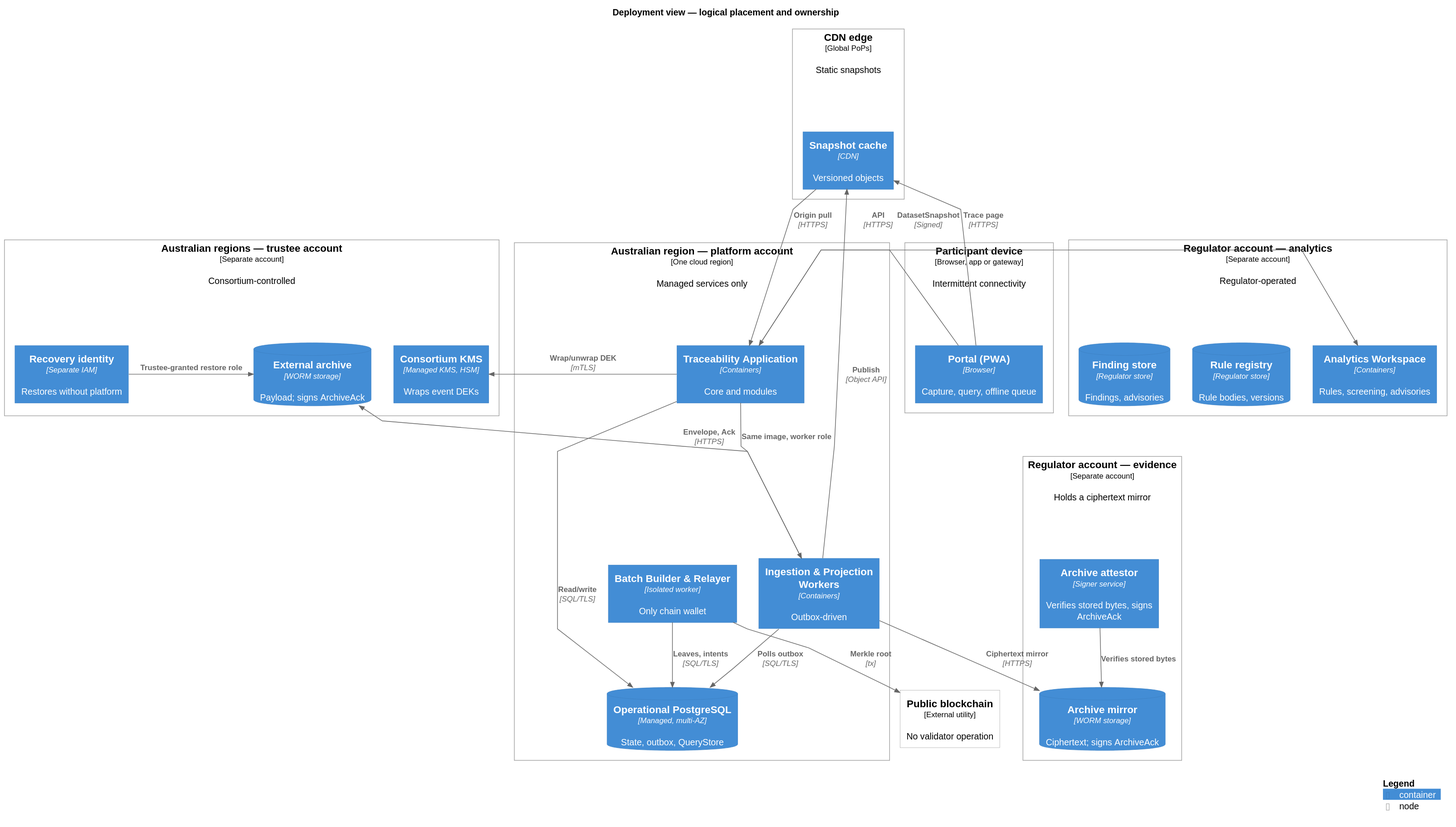
This is docs/public/diagrams/c4-deployment.svg from kuangshen04/48433assignment, a PlantUML export, as it was before one commit. Its diagram source:
```plantuml
@startuml
!include ../vendor/C4_Deployment.puml
!include ../vendor/style.puml

title Deployment view — logical placement and ownership

Deployment_Node(device, "Participant device", "Browser, app or gateway", "Intermittent connectivity") {
  Container(pwa, "Portal (PWA)", "Browser", "Capture, query, offline queue")
}

Deployment_Node(edge, "CDN edge", "Global PoPs", "Static snapshots") {
  Container(cdn, "Snapshot cache", "CDN", "Versioned objects")
}

Deployment_Node(region, "Australian region — platform account", "One cloud region", "Managed services only") {
  Container(app, "Traceability Application", "Containers", "Core and modules")
  Container(workers, "Ingestion & Projection Workers", "Containers", "Outbox-driven")
  Container(relayer, "Batch Builder & Relayer", "Isolated worker", "Only chain wallet")
  ContainerDb(db, "Operational PostgreSQL", "Managed, multi-AZ", "State, outbox, QueryStore")
}

Deployment_Node(trustee, "Australian regions — trustee account", "Separate account", "Consortium-controlled") {
  ContainerDb(archive, "External archive", "WORM storage", "Payload; signs ArchiveAck")
  Container(kms, "Consortium KMS", "Managed KMS, HSM", "Wraps event DEKs")
  Container(recovery, "Recovery identity", "Separate IAM", "Restores without platform")
}

Deployment_Node(regacct, "Regulator account — analytics", "Separate account", "Regulator-operated") {
  Container(workspace, "Analytics Workspace", "Containers", "Rules, screening, advisories")
  ContainerDb(rules, "Rule registry", "Regulator store", "Rule bodies, versions")
  ContainerDb(findings, "Finding store", "Regulator store", "Findings, advisories")
}

Deployment_Node(regarch, "Regulator account — evidence", "Separate account", "Holds a ciphertext mirror") {
  ContainerDb(regmirror, "Archive mirror", "WORM storage", "Ciphertext; signs ArchiveAck")
  Container(attestor, "Archive attestor", "Signer service", "Verifies stored bytes, signs ArchiveAck")
}

Deployment_Node(chainNet, "Public blockchain", "External utility", "No validator operation")

Rel_Down(pwa, app, "API", "HTTPS")
Rel_Down(app, db, "Read/write", "SQL/TLS")
Rel_Down(app, workers, "Same image, worker role")
Rel_Down(workers, db, "Polls outbox", "SQL/TLS")
Rel_Left(app, kms, "Wrap/unwrap DEK", "mTLS")
Rel_Left(workers, archive, "Envelope, Ack", "HTTPS")
Rel(workers, cdn, "Publish", "Object API")
Rel_Down(relayer, db, "Leaves, intents", "SQL/TLS")
Rel(relayer, chainNet, "Merkle root", "tx")
Rel_Right(app, workspace, "DatasetSnapshot", "Signed")
Rel_Up(pwa, cdn, "Trace page", "HTTPS")
Rel(cdn, app, "Origin pull", "HTTPS")
Rel_Down(workers, regmirror, "Ciphertext mirror", "HTTPS")
Rel_Down(attestor, regmirror, "Verifies stored bytes")
Rel_Right(recovery, archive, "Trustee-granted restore role")

SHOW_LEGEND()
@enduml
```
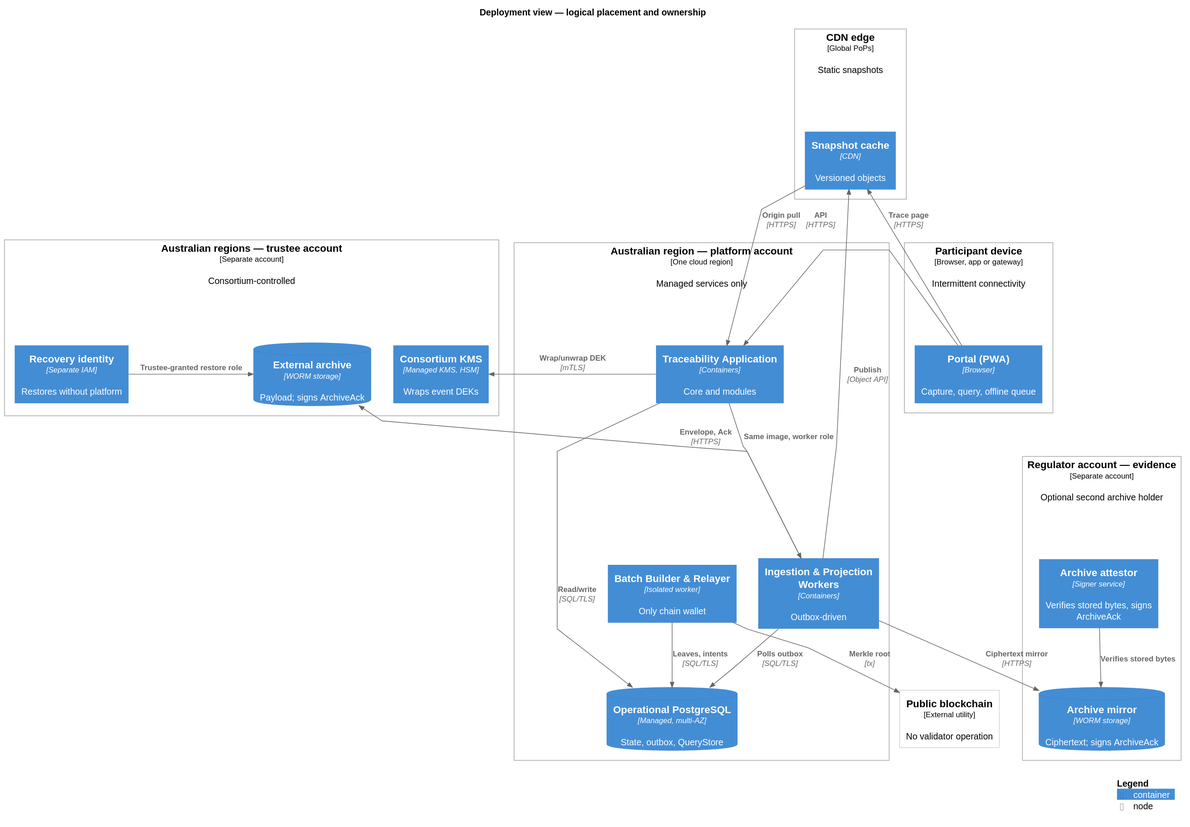
Later version of the same file.

Diff of the diagram source:
```diff
@@ -25,13 +25,7 @@
   Container(recovery, "Recovery identity", "Separate IAM", "Restores without platform")
 }
 
-Deployment_Node(regacct, "Regulator account — analytics", "Separate account", "Regulator-operated") {
-  Container(workspace, "Analytics Workspace", "Containers", "Rules, screening, advisories")
-  ContainerDb(rules, "Rule registry", "Regulator store", "Rule bodies, versions")
-  ContainerDb(findings, "Finding store", "Regulator store", "Findings, advisories")
-}
-
-Deployment_Node(regarch, "Regulator account — evidence", "Separate account", "Holds a ciphertext mirror") {
+Deployment_Node(regarch, "Regulator account — evidence", "Separate account", "Optional second archive holder") {
   ContainerDb(regmirror, "Archive mirror", "WORM storage", "Ciphertext; signs ArchiveAck")
   Container(attestor, "Archive attestor", "Signer service", "Verifies stored bytes, signs ArchiveAck")
 }
@@ -47,7 +41,6 @@
 Rel(workers, cdn, "Publish", "Object API")
 Rel_Down(relayer, db, "Leaves, intents", "SQL/TLS")
 Rel(relayer, chainNet, "Merkle root", "tx")
-Rel_Right(app, workspace, "DatasetSnapshot", "Signed")
 Rel_Up(pwa, cdn, "Trace page", "HTTPS")
 Rel(cdn, app, "Origin pull", "HTTPS")
 Rel_Down(workers, regmirror, "Ciphertext mirror", "HTTPS")
```
